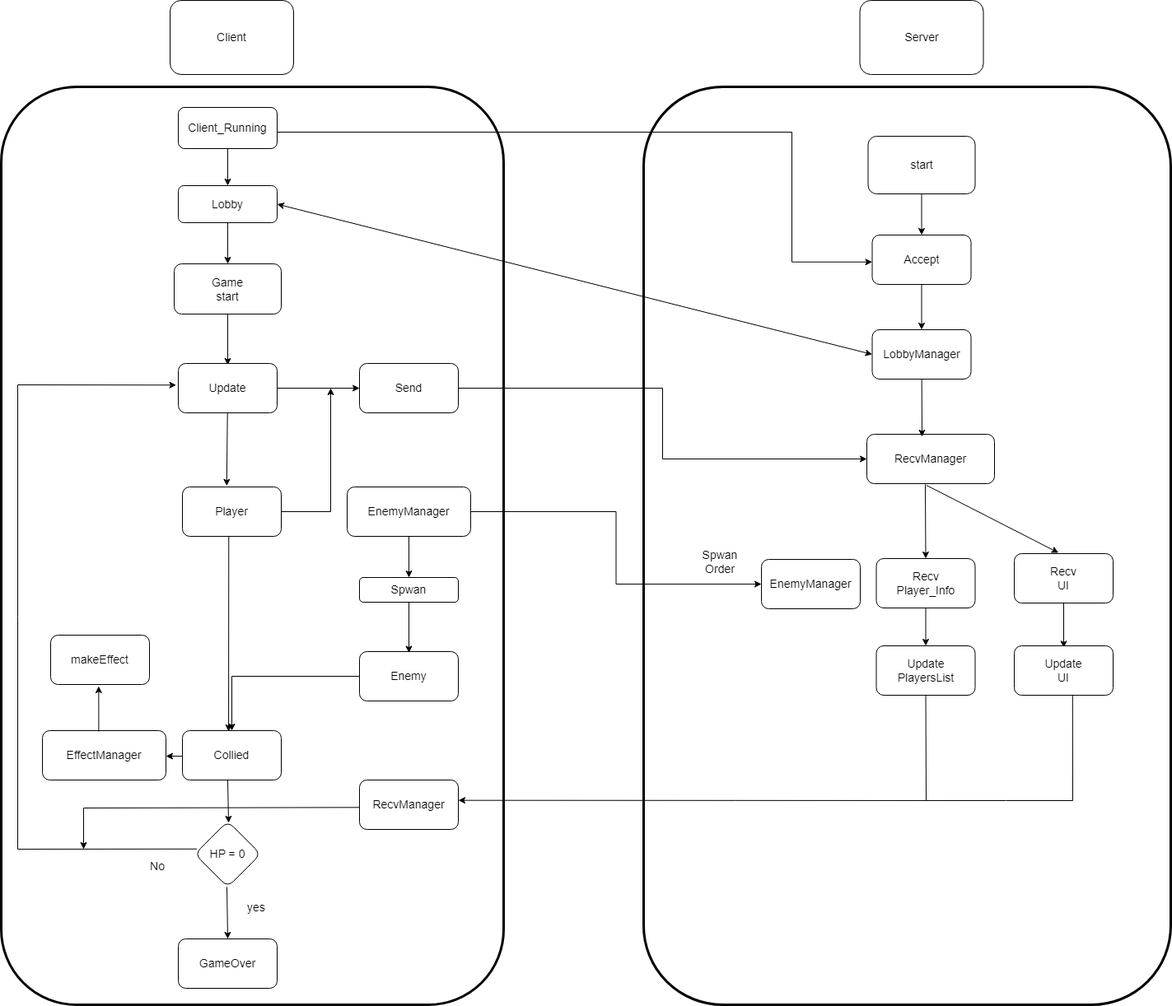
The draw.io diagram drawing/high_level_image.png in lhb0269/NetGameProject, before a commit. Source tidied: cells renumbered, new cells last; positions are measured from the earlier drawing's top-left corner, leaving out a move shared by most shapes.
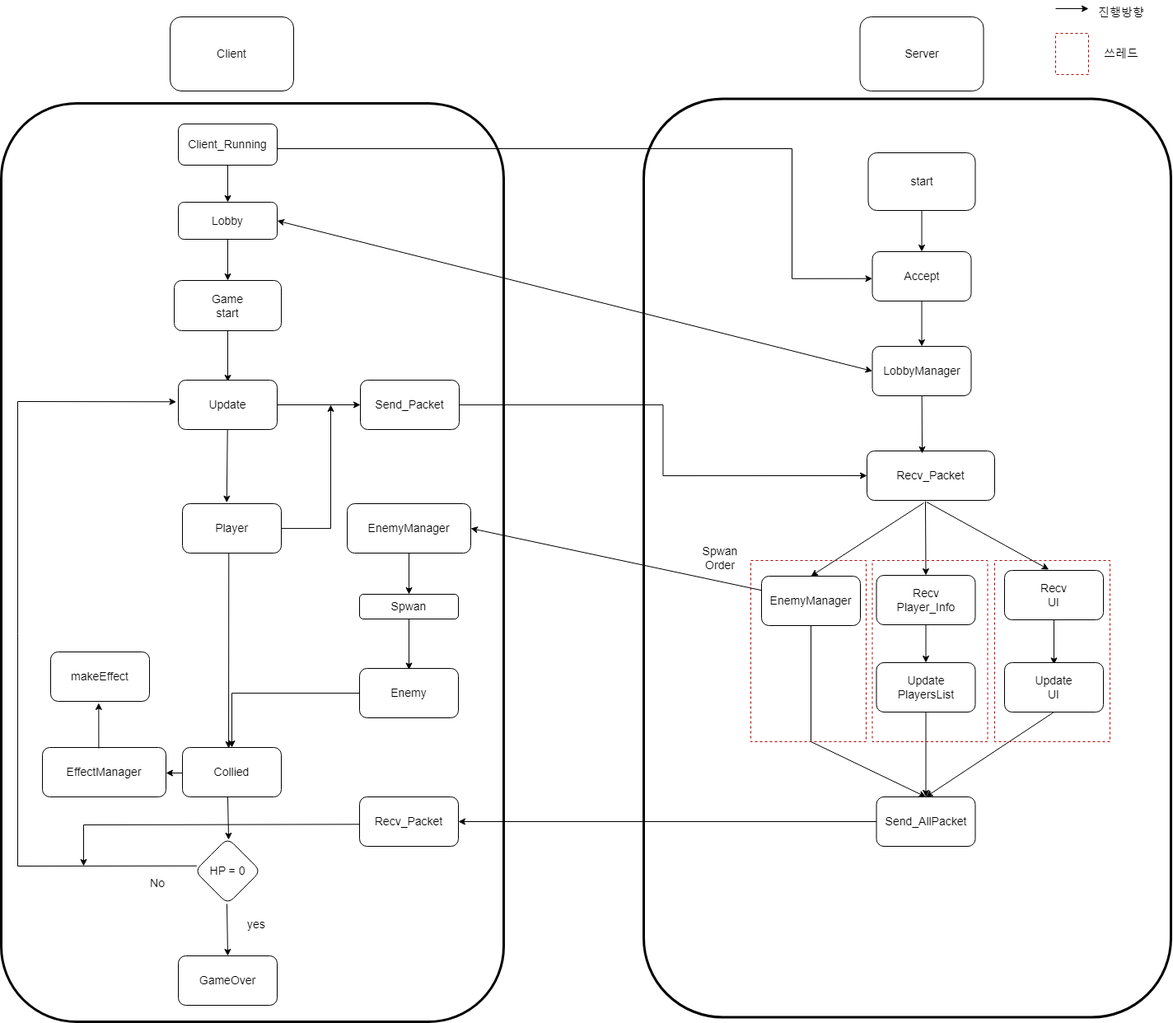
The same file after the commit.

Diff of the diagram source:
```diff
@@ -2,8 +2,11 @@
   <root>
     <mxCell id="0" />
     <mxCell id="1" parent="0" />
+    <mxCell id="62" style="rounded=1;whiteSpace=wrap;html=1;fillColor=none;strokeWidth=3;fontFamily=Helvetica;fontSize=14;" parent="1" vertex="1">
+      <mxGeometry y="105" width="610" height="1115" as="geometry" />
+    </mxCell>
     <mxCell id="2" style="rounded=1;whiteSpace=wrap;html=1;strokeWidth=3;fillColor=none;fontFamily=Helvetica;fontSize=14;" parent="1" vertex="1">
-      <mxGeometry x="780" y="105" width="640" height="1115" as="geometry" />
+      <mxGeometry x="780" y="99.5" width="640" height="1115" as="geometry" />
     </mxCell>
     <mxCell id="3" value="&lt;font style=&quot;font-size: 14px;&quot;&gt;Client&lt;/font&gt;" style="rounded=1;whiteSpace=wrap;html=1;fontFamily=Helvetica;fontSize=14;" parent="1" vertex="1">
       <mxGeometry x="205" width="150" height="90" as="geometry" />
@@ -11,7 +14,12 @@
     <mxCell id="4" value="&lt;font style=&quot;font-size: 14px;&quot;&gt;Server&lt;/font&gt;" style="rounded=1;whiteSpace=wrap;html=1;fontFamily=Helvetica;fontSize=14;" parent="1" vertex="1">
       <mxGeometry x="1042.5" width="150" height="90" as="geometry" />
     </mxCell>
+    <mxCell id="63" style="edgeStyle=none;rounded=0;jettySize=auto;html=1;entryX=0.5;entryY=0;entryDx=0;entryDy=0;strokeColor=default;fontFamily=Helvetica;fontSize=14;sourcePerimeterSpacing=0;" parent="1" edge="1" target="44">
+      <mxGeometry relative="1" as="geometry">
+        <mxPoint x="1120" y="590" as="sourcePoint" />
+      </mxGeometry>
+    </mxCell>
-    <mxCell id="5" value="RecvManager" style="rounded=1;whiteSpace=wrap;html=1;fontSize=14;fontFamily=Helvetica;" parent="1" vertex="1">
+    <mxCell id="5" value="Recv_Packet" style="rounded=1;whiteSpace=wrap;html=1;fontSize=14;fontFamily=Helvetica;" parent="1" vertex="1">
       <mxGeometry x="1051" y="527" width="155" height="60" as="geometry" />
     </mxCell>
     <mxCell id="6" style="edgeStyle=orthogonalEdgeStyle;rounded=0;jettySize=auto;html=1;entryX=0;entryY=0.546;entryDx=0;entryDy=0;entryPerimeter=0;fontFamily=Helvetica;fontSize=14;exitX=1;exitY=0.5;exitDx=0;exitDy=0;" parent="1" edge="1" source="56" target="41">
@@ -40,9 +48,6 @@
     <mxCell id="12" style="edgeStyle=orthogonalEdgeStyle;rounded=0;jettySize=auto;html=1;fontFamily=Helvetica;fontSize=14;" parent="1" edge="1" source="14" target="19">
       <mxGeometry relative="1" as="geometry" />
     </mxCell>
-    <mxCell id="13" style="edgeStyle=orthogonalEdgeStyle;rounded=0;jettySize=auto;html=1;entryX=0;entryY=0.5;entryDx=0;entryDy=0;fontFamily=Helvetica;fontSize=14;" parent="1" edge="1" source="14" target="44">
-      <mxGeometry relative="1" as="geometry" />
-    </mxCell>
     <mxCell id="14" value="EnemyManager" style="rounded=1;whiteSpace=wrap;html=1;fontSize=14;fontFamily=Helvetica;" parent="1" vertex="1">
       <mxGeometry x="420" y="591" width="150" height="60" as="geometry" />
     </mxCell>
@@ -127,7 +132,7 @@
       <mxGeometry relative="1" as="geometry" />
     </mxCell>
     <mxCell id="37" value="Recv&lt;br style=&quot;font-size: 14px;&quot;&gt;UI" style="rounded=1;whiteSpace=wrap;html=1;fontFamily=Helvetica;fontSize=14;" parent="1" vertex="1">
-      <mxGeometry x="1230" y="672" width="120" height="60" as="geometry" />
+      <mxGeometry x="1218" y="672" width="120" height="60" as="geometry" />
     </mxCell>
     <mxCell id="38" style="edgeStyle=orthogonalEdgeStyle;rounded=0;jettySize=auto;html=1;fontFamily=Helvetica;fontSize=14;" parent="1" edge="1" source="39" target="41">
       <mxGeometry relative="1" as="geometry" />
@@ -141,24 +146,27 @@
     <mxCell id="41" value="Accept" style="rounded=1;whiteSpace=wrap;html=1;fontFamily=Helvetica;fontSize=14;" parent="1" vertex="1">
       <mxGeometry x="1057.5" y="285" width="120" height="60" as="geometry" />
     </mxCell>
-    <mxCell id="42" style="edgeStyle=orthogonalEdgeStyle;rounded=0;orthogonalLoop=1;jettySize=auto;html=1;entryX=1;entryY=0.628;entryDx=0;entryDy=0;entryPerimeter=0;fontFamily=Helvetica;fontSize=14;" parent="1" edge="1">
-      <mxGeometry relative="1" as="geometry">
-        <mxPoint x="1301" y="972" as="sourcePoint" />
-        <mxPoint x="555" y="971.7" as="targetPoint" />
-        <Array as="points">
-          <mxPoint x="1220" y="972" />
-          <mxPoint x="1220" y="972" />
-        </Array>
-      </mxGeometry>
-    </mxCell>
+    <mxCell id="64" style="edgeStyle=none;rounded=0;jettySize=auto;html=1;entryX=0.5;entryY=0;entryDx=0;entryDy=0;strokeColor=default;fontFamily=Helvetica;fontSize=14;sourcePerimeterSpacing=0;" parent="1" edge="1" source="43" target="69">
+      <mxGeometry relative="1" as="geometry" />
+    </mxCell>
     <mxCell id="43" value="Update&lt;br style=&quot;font-size: 14px;&quot;&gt;PlayersList" style="rounded=1;whiteSpace=wrap;html=1;fontFamily=Helvetica;fontSize=14;" parent="1" vertex="1">
       <mxGeometry x="1062.5" y="784" width="120" height="60" as="geometry" />
     </mxCell>
+    <mxCell id="65" style="edgeStyle=none;rounded=0;jettySize=auto;html=1;strokeColor=default;fontFamily=Helvetica;fontSize=14;sourcePerimeterSpacing=0;entryX=1;entryY=0.5;entryDx=0;entryDy=0;" parent="1" edge="1" source="44" target="14">
+      <mxGeometry relative="1" as="geometry" />
+    </mxCell>
+    <mxCell id="66" style="edgeStyle=none;rounded=0;jettySize=auto;html=1;entryX=0.5;entryY=0;entryDx=0;entryDy=0;strokeColor=default;fontFamily=Helvetica;fontSize=14;sourcePerimeterSpacing=0;exitX=0.5;exitY=1;exitDx=0;exitDy=0;" parent="1" edge="1" source="44" target="69">
+      <mxGeometry relative="1" as="geometry">
+        <Array as="points">
+          <mxPoint x="983" y="880" />
+        </Array>
+      </mxGeometry>
+    </mxCell>
     <mxCell id="44" value="EnemyManager" style="rounded=1;whiteSpace=wrap;html=1;fontFamily=Helvetica;fontSize=14;" parent="1" vertex="1">
       <mxGeometry x="923" y="679" width="120" height="60" as="geometry" />
     </mxCell>
     <mxCell id="45" value="Spwan&lt;br style=&quot;font-size: 14px;&quot;&gt;Order" style="text;html=1;strokeColor=none;fillColor=none;align=center;verticalAlign=middle;whiteSpace=wrap;rounded=0;rotation=0;fontFamily=Helvetica;fontSize=14;" parent="1" vertex="1">
-      <mxGeometry x="843" y="667" width="60" height="30" as="geometry" />
+      <mxGeometry x="843" y="642" width="60" height="30" as="geometry" />
     </mxCell>
     <mxCell id="46" style="edgeStyle=orthogonalEdgeStyle;rounded=0;jettySize=auto;html=1;fontFamily=Helvetica;fontSize=14;" parent="1" edge="1" source="47" target="20">
       <mxGeometry relative="1" as="geometry" />
@@ -166,22 +174,15 @@
     <mxCell id="47" value="Enemy" style="rounded=1;whiteSpace=wrap;html=1;fontFamily=Helvetica;fontSize=14;" parent="1" vertex="1">
       <mxGeometry x="435" y="791" width="120" height="60" as="geometry" />
     </mxCell>
+    <mxCell id="67" style="edgeStyle=none;rounded=0;jettySize=auto;html=1;entryX=0.5;entryY=0;entryDx=0;entryDy=0;strokeColor=default;fontFamily=Helvetica;fontSize=14;sourcePerimeterSpacing=0;exitX=0.5;exitY=1;exitDx=0;exitDy=0;" parent="1" edge="1" source="48" target="69">
+      <mxGeometry relative="1" as="geometry" />
+    </mxCell>
     <mxCell id="48" value="Update&lt;br style=&quot;font-size: 14px;&quot;&gt;UI" style="rounded=1;whiteSpace=wrap;html=1;fontFamily=Helvetica;fontSize=14;" parent="1" vertex="1">
-      <mxGeometry x="1230" y="784" width="120" height="60" as="geometry" />
+      <mxGeometry x="1218" y="784" width="120" height="60" as="geometry" />
     </mxCell>
-    <mxCell id="49" value="RecvManager" style="rounded=1;whiteSpace=wrap;html=1;fontFamily=Helvetica;fontSize=14;" parent="1" vertex="1">
+    <mxCell id="49" value="Recv_Packet" style="rounded=1;whiteSpace=wrap;html=1;fontFamily=Helvetica;fontSize=14;" parent="1" vertex="1">
       <mxGeometry x="435" y="947" width="120" height="60" as="geometry" />
     </mxCell>
-    <mxCell id="50" style="endArrow=none;html=1;rounded=0;strokeColor=default;fontFamily=Helvetica;fontSize=14;entryX=0.5;entryY=1;entryDx=0;entryDy=0;sourcePerimeterSpacing=0;" parent="1" edge="1" target="43">
-      <mxGeometry relative="1" as="geometry">
-        <mxPoint x="1123" y="972" as="sourcePoint" />
-      </mxGeometry>
-    </mxCell>
-    <mxCell id="51" style="endArrow=none;html=1;rounded=0;strokeColor=default;entryX=0.59;entryY=0.991;entryDx=0;entryDy=0;fontFamily=Helvetica;fontSize=14;entryPerimeter=0;" parent="1" edge="1" target="48">
-      <mxGeometry relative="1" as="geometry">
-        <mxPoint x="1301" y="972" as="sourcePoint" />
-      </mxGeometry>
-    </mxCell>
     <mxCell id="52" style="endArrow=classic;html=1;rounded=0;strokeColor=default;exitX=0.004;exitY=0.555;exitDx=0;exitDy=0;exitPerimeter=0;fontFamily=Helvetica;fontSize=14;" parent="1" edge="1" source="49">
       <mxGeometry relative="1" as="geometry">
         <mxPoint x="100" y="1031" as="targetPoint" />
@@ -193,8 +194,8 @@
     <mxCell id="53" style="edgeStyle=orthogonalEdgeStyle;rounded=0;jettySize=auto;html=1;entryX=0;entryY=0.5;entryDx=0;entryDy=0;fontFamily=Helvetica;fontSize=14;" parent="1" edge="1" source="54" target="5">
       <mxGeometry relative="1" as="geometry" />
     </mxCell>
-    <mxCell id="54" value="Send" style="rounded=1;whiteSpace=wrap;html=1;fontFamily=Helvetica;fontSize=14;" parent="1" vertex="1">
-      <mxGeometry x="435" y="441" width="120" height="60" as="geometry" />
+    <mxCell id="54" value="Send_Packet" style="rounded=1;whiteSpace=wrap;html=1;fontFamily=Helvetica;fontSize=14;" parent="1" vertex="1">
+      <mxGeometry x="436" y="441" width="120" height="60" as="geometry" />
     </mxCell>
     <mxCell id="55" style="edgeStyle=orthogonalEdgeStyle;rounded=0;jettySize=auto;html=1;entryX=0.5;entryY=0;entryDx=0;entryDy=0;fontFamily=Helvetica;fontSize=14;" parent="1" edge="1" source="56" target="58">
       <mxGeometry relative="1" as="geometry" />
@@ -219,8 +220,35 @@
     <mxCell id="61" style="endArrow=classic;startArrow=classic;html=1;rounded=0;exitX=1;exitY=0.5;exitDx=0;exitDy=0;entryX=0;entryY=0.5;entryDx=0;entryDy=0;fontFamily=Helvetica;fontSize=14;" parent="1" edge="1" source="58" target="60">
       <mxGeometry relative="1" as="geometry" />
     </mxCell>
-    <mxCell id="62" style="rounded=1;whiteSpace=wrap;html=1;fillColor=none;strokeWidth=3;fontFamily=Helvetica;fontSize=14;" parent="1" vertex="1">
-      <mxGeometry y="105" width="610" height="1115" as="geometry" />
-    </mxCell>
+    <mxCell id="68" style="edgeStyle=none;rounded=0;jettySize=auto;html=1;entryX=1;entryY=0.5;entryDx=0;entryDy=0;strokeColor=default;fontFamily=Helvetica;fontSize=14;sourcePerimeterSpacing=0;" parent="1" edge="1" source="69" target="49">
+      <mxGeometry relative="1" as="geometry" />
+    </mxCell>
+    <mxCell id="69" value="Send_AllPacket" style="rounded=1;whiteSpace=wrap;html=1;strokeWidth=1;fontFamily=Helvetica;fontSize=14;fillColor=none;" parent="1" vertex="1">
+      <mxGeometry x="1062.5" y="947" width="120" height="60" as="geometry" />
+    </mxCell>
+    <mxCell id="70" style="rounded=0;whiteSpace=wrap;html=1;strokeWidth=1;fontFamily=Helvetica;fontSize=14;fillColor=none;dashed=1;strokeColor=#B20000;fontColor=#ffffff;" parent="1" vertex="1">
+      <mxGeometry x="910" y="660" width="140" height="220" as="geometry" />
+    </mxCell>
+    <mxCell id="71" style="rounded=0;whiteSpace=wrap;html=1;strokeWidth=1;fontFamily=Helvetica;fontSize=14;fillColor=none;dashed=1;strokeColor=#B20000;fontColor=#ffffff;" parent="1" vertex="1">
+      <mxGeometry x="1057.5" y="660" width="140" height="220" as="geometry" />
+    </mxCell>
+    <mxCell id="72" style="rounded=0;whiteSpace=wrap;html=1;strokeWidth=1;fontFamily=Helvetica;fontSize=14;fillColor=none;dashed=1;strokeColor=#B20000;fontColor=#ffffff;" parent="1" vertex="1">
+      <mxGeometry x="1206" y="660" width="140" height="220" as="geometry" />
+    </mxCell>
+    <mxCell id="73" style="rounded=0;whiteSpace=wrap;html=1;strokeWidth=1;fontFamily=Helvetica;fontSize=14;fillColor=none;dashed=1;strokeColor=#B20000;fontColor=#ffffff;" parent="1" vertex="1">
+      <mxGeometry x="1280" y="20" width="40" height="50" as="geometry" />
+    </mxCell>
+    <mxCell id="74" value="쓰레드" style="text;html=1;strokeColor=none;fillColor=none;align=center;verticalAlign=middle;whiteSpace=wrap;rounded=0;dashed=1;strokeWidth=1;fontFamily=Helvetica;fontSize=14;" parent="1" vertex="1">
+      <mxGeometry x="1330" y="30" width="60" height="30" as="geometry" />
+    </mxCell>
+    <mxCell id="75" style="endArrow=classic;html=1;rounded=0;strokeColor=default;fontFamily=Helvetica;fontSize=14;sourcePerimeterSpacing=0;" parent="1" edge="1">
+      <mxGeometry relative="1" as="geometry">
+        <mxPoint x="1280" y="-10" as="sourcePoint" />
+        <mxPoint x="1320" y="-10" as="targetPoint" />
+      </mxGeometry>
+    </mxCell>
+    <mxCell id="76" value="진행방향" style="text;html=1;strokeColor=none;fillColor=none;align=center;verticalAlign=middle;whiteSpace=wrap;rounded=0;dashed=1;strokeWidth=1;fontFamily=Helvetica;fontSize=14;" parent="1" vertex="1">
+      <mxGeometry x="1330" y="-20" width="60" height="30" as="geometry" />
+    </mxCell>
   </root>
 </mxGraphModel>
```
